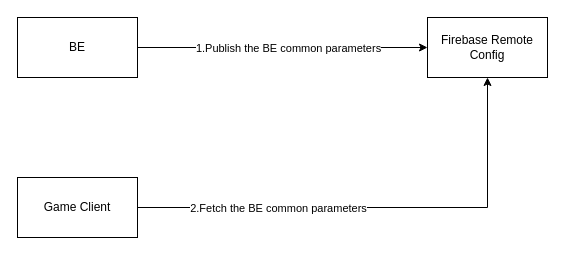
yaohuiwu/SimpleFS keeps this draw.io diagram as CommonJSON_firebase_remote_config.drawio. Above is the earlier version. Source tidied: cells renumbered, new cells numbered last; positions are measured from the earlier drawing's top-left corner, leaving out a move shared by most shapes. Both pictures are drawn from the tidied source at 100%, with x=0, y=0 at pixel (17, 17).
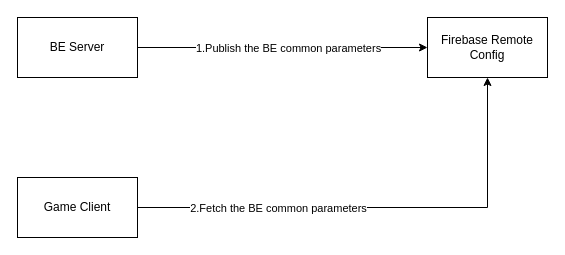
After the change.

Change to the diagram source:
```diff
@@
 <mxGraphModel>
   <root>
     <mxCell id="0" />
     <mxCell id="1" parent="0" />
     <mxCell id="2" style="edgeStyle=orthogonalEdgeStyle;rounded=0;jettySize=auto;html=1;exitX=1;exitY=0.5;exitDx=0;exitDy=0;entryX=0;entryY=0.5;entryDx=0;entryDy=0;" parent="1" edge="1" source="4" target="5">
       <mxGeometry relative="1" as="geometry" />
     </mxCell>
     <mxCell id="3" value="1.Publish the&amp;nbsp;&lt;span style=&quot;background-color: rgb(255, 255, 255); color: rgb(0, 0, 0); --darkreader-inline-bgcolor: #2d2b27; --darkreader-inline-color: #fffff2;&quot;&gt;BE common parameters&lt;/span&gt;" style="edgeLabel;html=1;align=center;verticalAlign=middle;" parent="2" vertex="1">
       <mxGeometry x="-0.04" y="1" relative="1" as="geometry">
         <mxPoint x="11" y="1" as="offset" />
       </mxGeometry>
     </mxCell>
-    <mxCell id="4" value="BE" style="rounded=0;whiteSpace=wrap;html=1;" parent="1" vertex="1">
+    <mxCell id="4" value="BE Server" style="rounded=0;whiteSpace=wrap;html=1;" parent="1" vertex="1">
       <mxGeometry width="120" height="60" as="geometry" />
     </mxCell>
     <mxCell id="5" value="Firebase Remote Config" style="rounded=0;whiteSpace=wrap;html=1;" parent="1" vertex="1">
       <mxGeometry x="410" width="120" height="60" as="geometry" />
     </mxCell>
     <mxCell id="6" style="edgeStyle=orthogonalEdgeStyle;rounded=0;jettySize=auto;html=1;exitX=1;exitY=0.5;exitDx=0;exitDy=0;entryX=0.5;entryY=1;entryDx=0;entryDy=0;" parent="1" edge="1" source="8" target="5">
       <mxGeometry relative="1" as="geometry" />
     </mxCell>
     <mxCell id="7" value="2.Fetch the BE common parameters" style="edgeLabel;html=1;align=center;verticalAlign=middle;" parent="6" vertex="1">
       <mxGeometry x="-0.23" y="-1" relative="1" as="geometry">
         <mxPoint x="-45" y="-1" as="offset" />
       </mxGeometry>
     </mxCell>
     <mxCell id="8" value="Game Client" style="rounded=0;whiteSpace=wrap;html=1;" parent="1" vertex="1">
       <mxGeometry y="160" width="120" height="60" as="geometry" />
     </mxCell>
   </root>
 </mxGraphModel>
```
